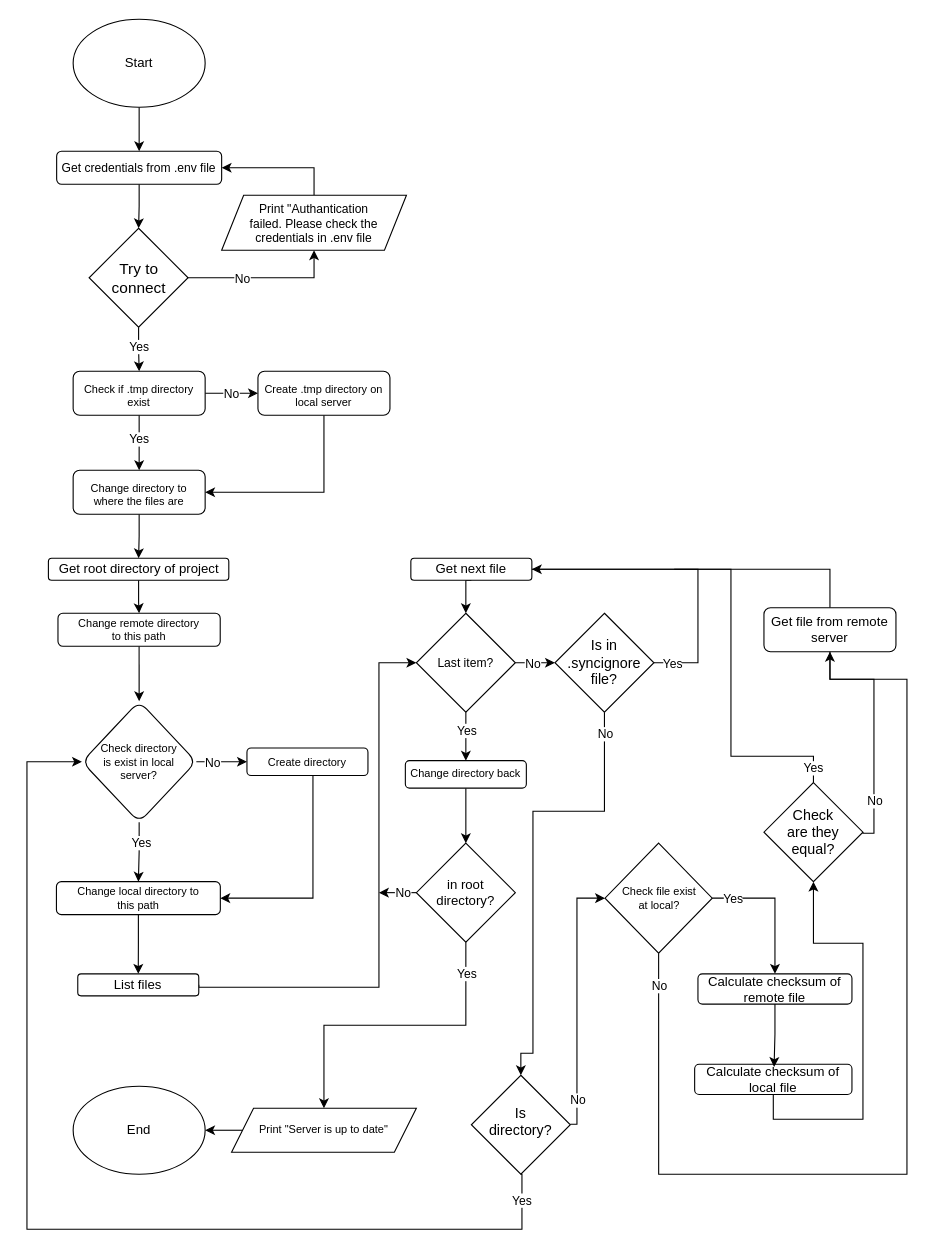
The draw.io diagram sync.drawio in melihkaragoz/docs, before the edit. Source tidied: cells renumbered, new cells numbered last; positions are measured from the earlier drawing's top-left corner, leaving out a move shared by most shapes. Both pictures are drawn from the tidied source at 110%, with x=0, y=0 at pixel (26, 19).
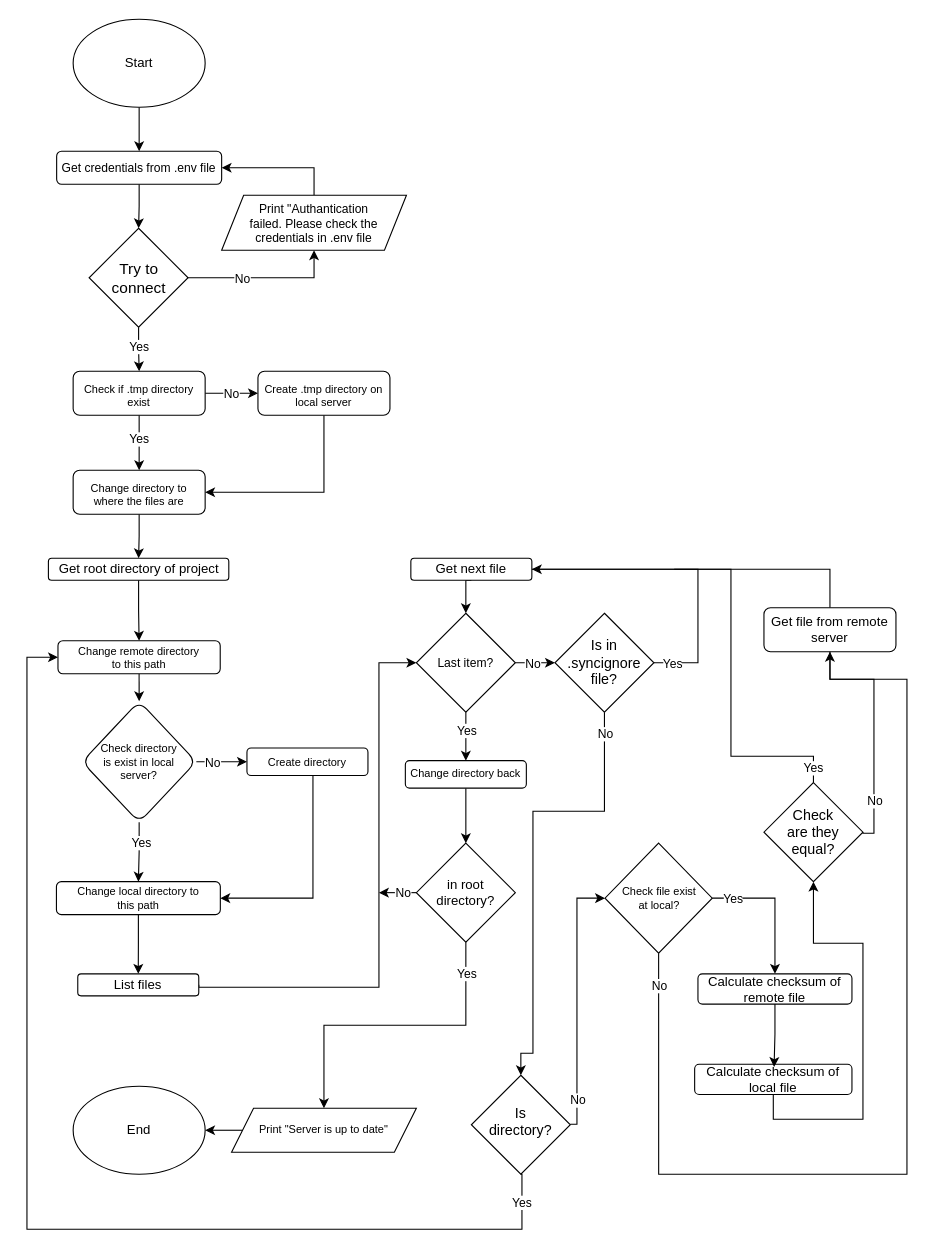
The same diagram, later.

The change refers to these unchanged cells:
```xml
<mxCell id="54" value="Is directory?" style="rhombus;whiteSpace=wrap;html=1;fontSize=13;spacing=18;spacingBottom=6;" parent="1" vertex="1">
  <mxGeometry x="404" y="960" width="90" height="90" as="geometry" />
</mxCell>
<mxCell id="59" value="Check directory is exist in local server?" style="rhombus;whiteSpace=wrap;html=1;rounded=1;glass=0;strokeWidth=1;shadow=0;fontSize=10;spacing=15;" parent="1" vertex="1">
  <mxGeometry x="50" y="620" width="104" height="110" as="geometry" />
</mxCell>
```

Diff of the diagram source:
```diff
@@
-    <mxCell id="52" style="edgeStyle=orthogonalEdgeStyle;rounded=0;jettySize=auto;html=1;exitX=0.5;exitY=1;exitDx=0;exitDy=0;entryX=0;entryY=0.5;entryDx=0;entryDy=0;" parent="1" edge="1" source="54" target="59">
+    <mxCell id="52" style="edgeStyle=orthogonalEdgeStyle;rounded=0;jettySize=auto;html=1;exitX=0.5;exitY=1;exitDx=0;exitDy=0;entryX=0;entryY=0.5;entryDx=0;entryDy=0;" parent="1" edge="1" source="54" target="67">
       <mxGeometry relative="1" as="geometry">
         <Array as="points">
           <mxPoint x="450" y="1050" />
           <mxPoint x="450" y="1100" />
           <mxPoint y="1100" />
-          <mxPoint y="675" />
+          <mxPoint y="580" />
         </Array>
       </mxGeometry>
     </mxCell>
@@
     <mxCell id="67" value="Change remote directory to this path" style="whiteSpace=wrap;html=1;fontSize=10;rounded=1;glass=0;strokeWidth=1;shadow=0;spacing=15;" parent="1" vertex="1">
-      <mxGeometry x="28.2" y="540" width="147.5" height="30" as="geometry" />
+      <mxGeometry x="28.2" y="565" width="147.5" height="30" as="geometry" />
     </mxCell>
```
